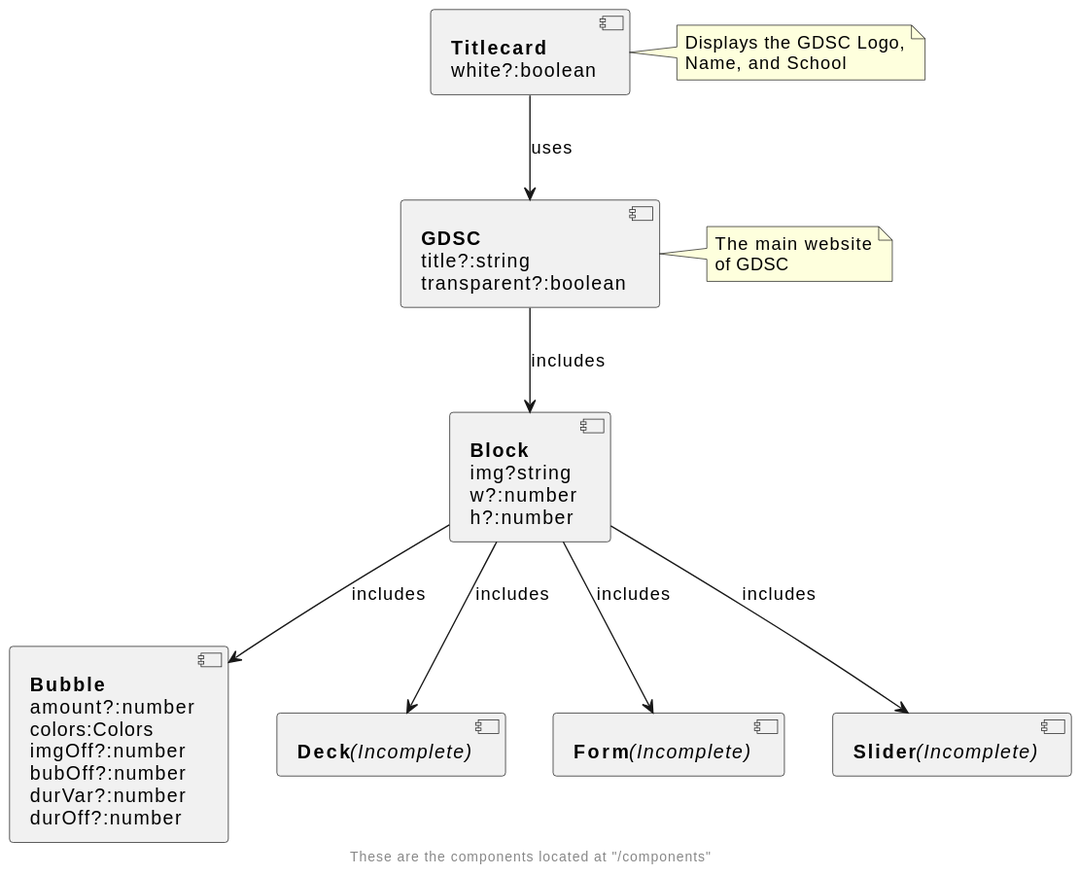
jasouza-git/gdsc-usa keeps this PlantUML diagram as plan/components.svg. Above is the earlier version. The source it was exported from:
```plantuml
@startuml
[<b>Titlecard</b>\nwhite?:boolean] as Titlecard
[<b>GDSC</b>\ntitle?:string\ntransparent?:boolean] as GDSC
[<b>Block</b>\nimg?string\nw?:number\nh?:number] as Block
[<b>Bubble</b>\namount?:number\ncolors:Colors\nimgOff?:number\nbubOff?:number\ndurVar?:number\ndurOff?:number] as Bubble
[<b>Deck</b><i>(Incomplete)</i>] as Deck
[<b>Form</b><i>(Incomplete)</i>] as Form
[<b>Slider</b><i>(Incomplete)</i>] as Slider

Titlecard --> GDSC : uses
GDSC --> Block : includes
Block --> Bubble : includes
Block --> Deck : includes
Block --> Form : includes
Block --> Slider : includes

note right of Titlecard
  Displays the GDSC Logo,
  Name, and School
end note

note right of GDSC
  The main website
  of GDSC
end note

footer These are the components located at "/components"
@enduml
```
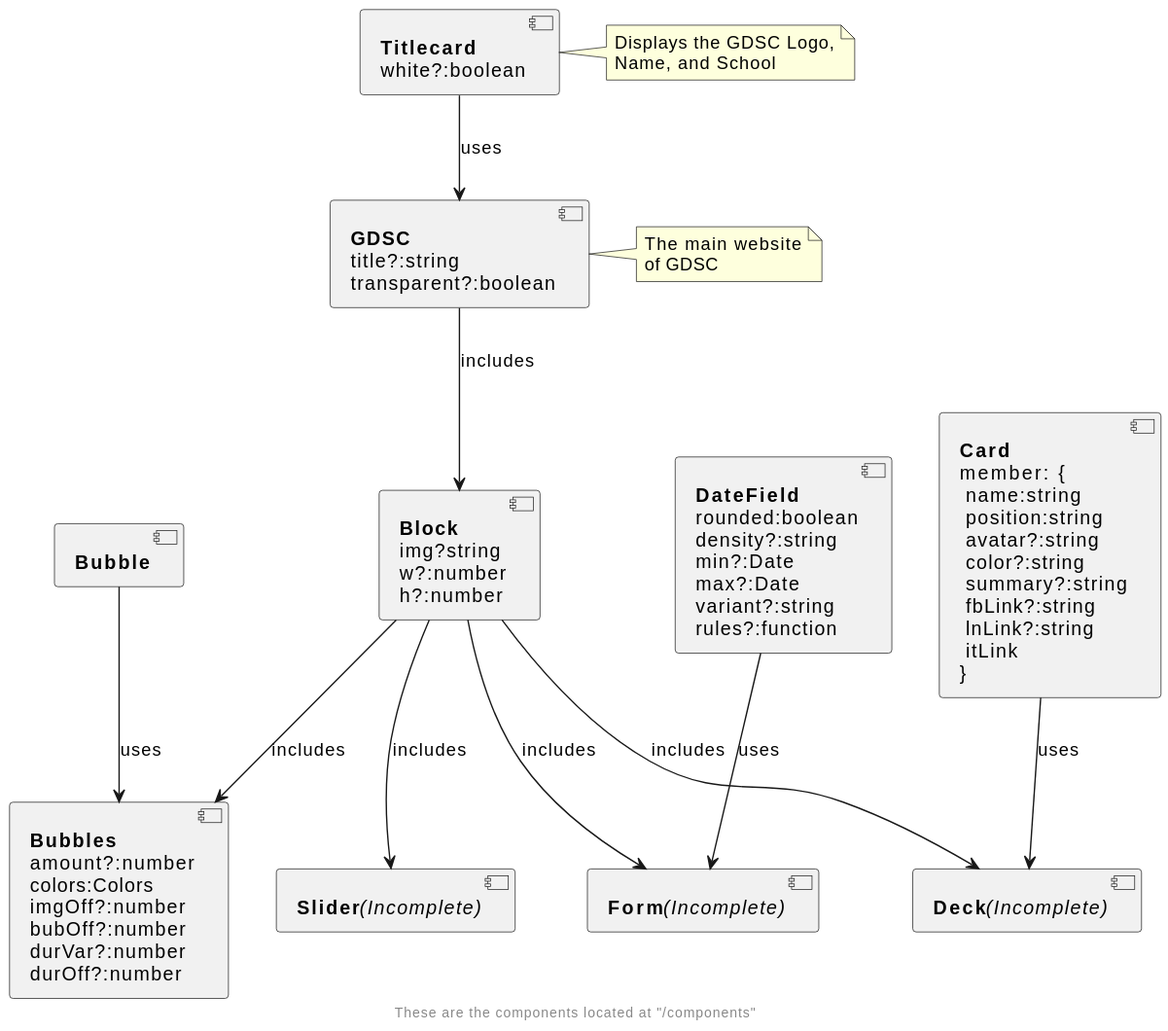
After the change.

Commit message:
Updated UML and removed old bubbles

The edit, as a diff of the source:
```diff
@@ -2,17 +2,23 @@
 [<b>Titlecard</b>\nwhite?:boolean] as Titlecard
 [<b>GDSC</b>\ntitle?:string\ntransparent?:boolean] as GDSC
 [<b>Block</b>\nimg?string\nw?:number\nh?:number] as Block
-[<b>Bubble</b>\namount?:number\ncolors:Colors\nimgOff?:number\nbubOff?:number\ndurVar?:number\ndurOff?:number] as Bubble
+[<b>Bubbles</b>\namount?:number\ncolors:Colors\nimgOff?:number\nbubOff?:number\ndurVar?:number\ndurOff?:number] as Bubbles
 [<b>Deck</b><i>(Incomplete)</i>] as Deck
 [<b>Form</b><i>(Incomplete)</i>] as Form
 [<b>Slider</b><i>(Incomplete)</i>] as Slider
+[<b>Bubble</b>] as Bubble
+[<b>Card</b>\nmember: {\n name:string\n position:string\n avatar?:string\n color?:string\n summary?:string\n fbLink?:string\n lnLink?:string\n itLink\n}] as Card
+[<b>DateField</b>\nrounded:boolean\ndensity?:string\nmin?:Date\nmax?:Date\nvariant?:string\nrules?:function] as DateField
 
 Titlecard --> GDSC : uses
 GDSC --> Block : includes
-Block --> Bubble : includes
+Block --> Bubbles : includes
 Block --> Deck : includes
 Block --> Form : includes
 Block --> Slider : includes
+Bubble --> Bubbles : uses
+DateField --> Form : uses
+Card --> Deck : uses
 
 note right of Titlecard
   Displays the GDSC Logo,
```
